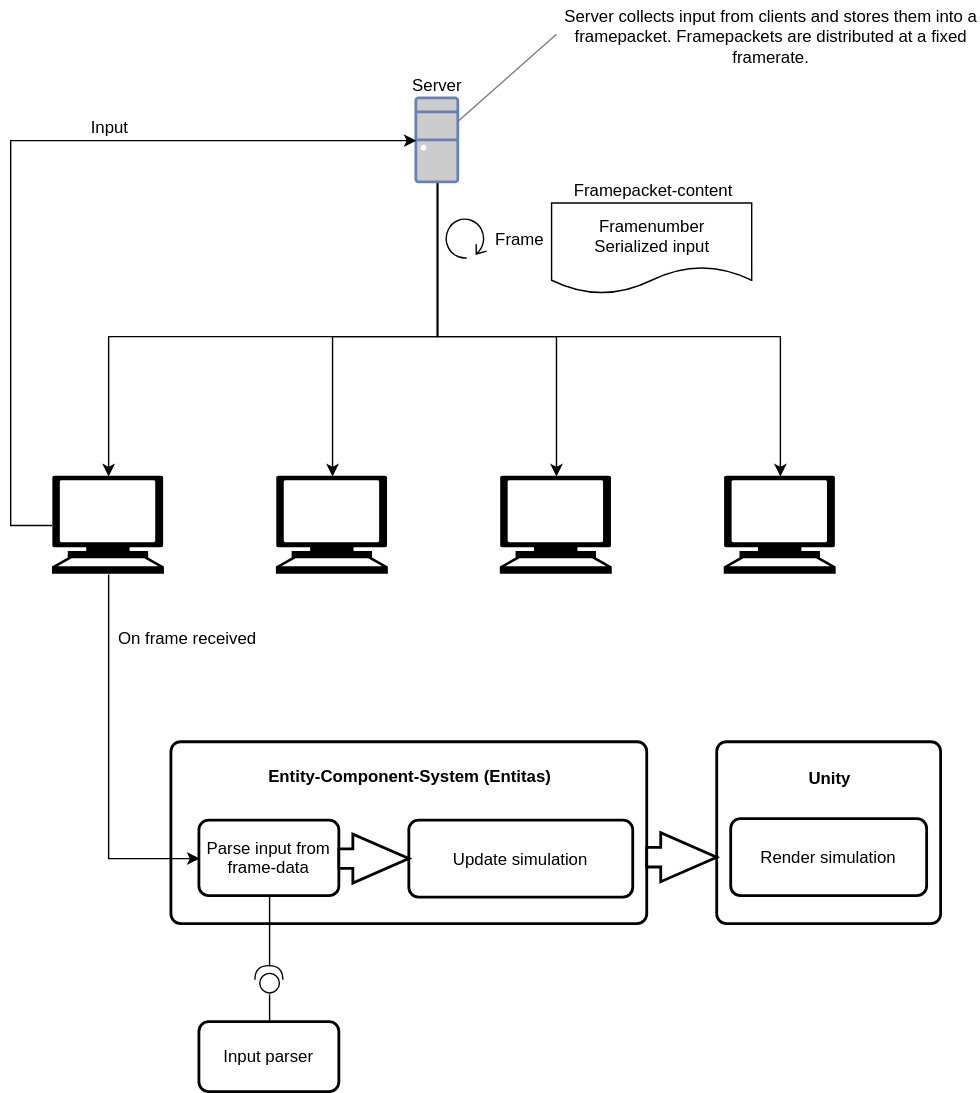
proepkes/UnityLockstep keeps this draw.io diagram as Docs/Overview.svg. Above is the earlier version. Source tidied: cells renumbered, new cells last; positions are measured from the earlier drawing's top-left corner, leaving out a move shared by most shapes. Source of this version:
```xml
<mxGraphModel>
  <root>
    <mxCell id="0" />
    <mxCell id="1" parent="0" />
    <mxCell id="2" style="edgeStyle=orthogonalEdgeStyle;rounded=0;html=1;entryX=0.5;entryY=0;entryDx=0;entryDy=0;entryPerimeter=0;jettySize=auto;" parent="1" edge="1" source="6" target="8">
      <mxGeometry relative="1" as="geometry">
        <Array as="points">
          <mxPoint x="304.5" y="239.5" />
          <mxPoint x="69.5" y="239.5" />
        </Array>
      </mxGeometry>
    </mxCell>
    <mxCell id="3" style="edgeStyle=orthogonalEdgeStyle;rounded=0;html=1;entryX=0.5;entryY=0;entryDx=0;entryDy=0;entryPerimeter=0;jettySize=auto;" parent="1" edge="1" source="6" target="9">
      <mxGeometry relative="1" as="geometry">
        <Array as="points">
          <mxPoint x="304.5" y="239.5" />
          <mxPoint x="229.5" y="239.5" />
        </Array>
      </mxGeometry>
    </mxCell>
    <mxCell id="4" style="edgeStyle=orthogonalEdgeStyle;rounded=0;html=1;entryX=0.5;entryY=0;entryDx=0;entryDy=0;entryPerimeter=0;jettySize=auto;" parent="1" edge="1" source="6" target="10">
      <mxGeometry relative="1" as="geometry">
        <Array as="points">
          <mxPoint x="304.5" y="239.5" />
          <mxPoint x="389.5" y="239.5" />
        </Array>
      </mxGeometry>
    </mxCell>
    <mxCell id="5" style="edgeStyle=orthogonalEdgeStyle;rounded=0;html=1;entryX=0.5;entryY=0;entryDx=0;entryDy=0;entryPerimeter=0;jettySize=auto;" parent="1" edge="1" source="6" target="11">
      <mxGeometry relative="1" as="geometry">
        <Array as="points">
          <mxPoint x="304.5" y="239.5" />
          <mxPoint x="549.5" y="239.5" />
        </Array>
      </mxGeometry>
    </mxCell>
    <mxCell id="6" style="fontColor=#0066CC;verticalAlign=top;verticalLabelPosition=bottom;labelPosition=center;align=center;html=1;outlineConnect=0;fillColor=#CCCCCC;strokeColor=#6881B3;gradientColor=none;gradientDirection=north;strokeWidth=2;shape=mxgraph.networks.desktop_pc;" parent="1" vertex="1">
      <mxGeometry x="289.5" y="69.5" width="30" height="60" as="geometry" />
    </mxCell>
    <mxCell id="7" style="rounded=0;jumpStyle=arc;html=1;entryX=0;entryY=0.5;entryDx=0;entryDy=0;entryPerimeter=0;jettySize=auto;edgeStyle=orthogonalEdgeStyle;" parent="1" edge="1" source="8" target="6">
      <mxGeometry relative="1" as="geometry">
        <Array as="points">
          <mxPoint x="-0.5" y="374.5" />
          <mxPoint x="-0.5" y="99.5" />
        </Array>
      </mxGeometry>
    </mxCell>
    <mxCell id="8" style="shape=mxgraph.signs.tech.computer;html=1;fillColor=#000000;strokeColor=none;verticalLabelPosition=bottom;verticalAlign=top;align=center;" parent="1" vertex="1">
      <mxGeometry x="29.5" y="339.5" width="80" height="70" as="geometry" />
    </mxCell>
    <mxCell id="9" style="shape=mxgraph.signs.tech.computer;html=1;fillColor=#000000;strokeColor=none;verticalLabelPosition=bottom;verticalAlign=top;align=center;" parent="1" vertex="1">
      <mxGeometry x="189.5" y="339.5" width="80" height="70" as="geometry" />
    </mxCell>
    <mxCell id="10" style="shape=mxgraph.signs.tech.computer;html=1;fillColor=#000000;strokeColor=none;verticalLabelPosition=bottom;verticalAlign=top;align=center;" parent="1" vertex="1">
      <mxGeometry x="349.5" y="339.5" width="80" height="70" as="geometry" />
    </mxCell>
    <mxCell id="11" style="shape=mxgraph.signs.tech.computer;html=1;fillColor=#000000;strokeColor=none;verticalLabelPosition=bottom;verticalAlign=top;align=center;" parent="1" vertex="1">
      <mxGeometry x="509.5" y="339.5" width="80" height="70" as="geometry" />
    </mxCell>
    <mxCell id="12" value="Frame" style="text;html=1;strokeColor=none;fillColor=none;align=center;verticalAlign=middle;whiteSpace=wrap;rounded=0;" parent="1" vertex="1">
      <mxGeometry x="340" y="159.5" width="46" height="20" as="geometry" />
    </mxCell>
    <mxCell id="13" style="shape=mxgraph.bpmn.loop;html=1;flipH=1;" parent="1" vertex="1">
      <mxGeometry x="310" y="154.5" width="30" height="30" as="geometry" />
    </mxCell>
    <mxCell id="14" value="Server" style="text;html=1;strokeColor=none;fillColor=none;align=center;verticalAlign=middle;whiteSpace=wrap;rounded=0;" parent="1" vertex="1">
      <mxGeometry x="281.5" y="49.5" width="46" height="20" as="geometry" />
    </mxCell>
    <mxCell id="15" value="On frame received" style="text;html=1;strokeColor=none;fillColor=none;align=center;verticalAlign=middle;whiteSpace=wrap;rounded=0;" parent="1" vertex="1">
      <mxGeometry x="69.5" y="444.5" width="113" height="20" as="geometry" />
    </mxCell>
    <mxCell id="16" style="rounded=1;whiteSpace=wrap;html=1;absoluteArcSize=1;arcSize=14;strokeWidth=2;" parent="1" vertex="1">
      <mxGeometry x="114.5" y="529.5" width="340" height="130" as="geometry" />
    </mxCell>
    <mxCell id="17" style="edgeStyle=orthogonalEdgeStyle;rounded=0;jumpStyle=arc;html=1;exitX=0.5;exitY=1;exitDx=0;exitDy=0;entryX=1;entryY=0.5;entryDx=0;entryDy=0;entryPerimeter=0;jettySize=auto;endArrow=none;endFill=0;" parent="1" edge="1" source="18" target="30">
      <mxGeometry relative="1" as="geometry" />
    </mxCell>
    <mxCell id="18" value="Parse input from frame-data" style="rounded=1;whiteSpace=wrap;html=1;absoluteArcSize=1;arcSize=14;strokeWidth=2;" parent="1" vertex="1">
      <mxGeometry x="134.5" y="585.5" width="100" height="54" as="geometry" />
    </mxCell>
    <mxCell id="19" value="Update simulation" style="rounded=1;whiteSpace=wrap;html=1;absoluteArcSize=1;arcSize=14;strokeWidth=2;" parent="1" vertex="1">
      <mxGeometry x="284.5" y="585.5" width="160" height="55" as="geometry" />
    </mxCell>
    <mxCell id="20" style="verticalLabelPosition=bottom;verticalAlign=top;html=1;strokeWidth=2;shape=mxgraph.arrows2.arrow;dy=0.6;dx=40;notch=0;" parent="1" vertex="1">
      <mxGeometry x="234.5" y="595.5" width="50" height="35" as="geometry" />
    </mxCell>
    <mxCell id="21" value="&lt;b&gt;Entity-Component-System (Entitas)&lt;/b&gt;" style="text;html=1;strokeColor=none;fillColor=none;align=center;verticalAlign=middle;whiteSpace=wrap;rounded=0;" parent="1" vertex="1">
      <mxGeometry x="114.5" y="541.5" width="341" height="25" as="geometry" />
    </mxCell>
    <mxCell id="22" style="rounded=1;whiteSpace=wrap;html=1;absoluteArcSize=1;arcSize=14;strokeWidth=2;" parent="1" vertex="1">
      <mxGeometry x="504.5" y="529.5" width="160" height="130" as="geometry" />
    </mxCell>
    <mxCell id="23" value="&lt;b&gt;Unity&lt;/b&gt;&lt;br&gt;" style="text;html=1;strokeColor=none;fillColor=none;align=center;verticalAlign=middle;whiteSpace=wrap;rounded=0;" parent="1" vertex="1">
      <mxGeometry x="504.5" y="544.5" width="160" height="20" as="geometry" />
    </mxCell>
    <mxCell id="24" style="verticalLabelPosition=bottom;verticalAlign=top;html=1;strokeWidth=2;shape=mxgraph.arrows2.arrow;dy=0.6;dx=40;notch=0;" parent="1" vertex="1">
      <mxGeometry x="454.5" y="594.5" width="50" height="35" as="geometry" />
    </mxCell>
    <mxCell id="25" value="Render simulation" style="rounded=1;whiteSpace=wrap;html=1;absoluteArcSize=1;arcSize=14;strokeWidth=2;" parent="1" vertex="1">
      <mxGeometry x="514.5" y="584.5" width="140" height="55" as="geometry" />
    </mxCell>
    <mxCell id="26" value="&lt;span style=&quot;text-align: left&quot;&gt;Framenumber&lt;/span&gt;&lt;br&gt;&lt;span style=&quot;text-align: left&quot;&gt;Serialized input&lt;/span&gt;&lt;br&gt;" style="shape=document;whiteSpace=wrap;html=1;boundedLbl=1;" parent="1" vertex="1">
      <mxGeometry x="386.5" y="144.5" width="143" height="65" as="geometry" />
    </mxCell>
    <mxCell id="27" value="Framepacket-content" style="text;html=1;strokeColor=none;fillColor=none;align=center;verticalAlign=middle;whiteSpace=wrap;rounded=0;" parent="1" vertex="1">
      <mxGeometry x="386.5" y="124.5" width="143" height="20" as="geometry" />
    </mxCell>
    <mxCell id="28" value="Input" style="text;html=1;strokeColor=none;fillColor=none;align=center;verticalAlign=middle;whiteSpace=wrap;rounded=0;" parent="1" vertex="1">
      <mxGeometry x="49.5" y="79.5" width="40" height="20" as="geometry" />
    </mxCell>
    <mxCell id="29" style="edgeStyle=orthogonalEdgeStyle;rounded=0;jumpStyle=arc;html=1;exitX=0.5;exitY=1;exitDx=0;exitDy=0;exitPerimeter=0;entryX=0;entryY=0.5;entryDx=0;entryDy=0;jettySize=auto;" parent="1" edge="1" source="8" target="18">
      <mxGeometry relative="1" as="geometry">
        <Array as="points">
          <mxPoint x="69.5" y="612.5" />
        </Array>
      </mxGeometry>
    </mxCell>
    <mxCell id="30" style="shape=providedRequiredInterface;html=1;verticalLabelPosition=bottom;rotation=-90;" parent="1" vertex="1">
      <mxGeometry x="174.5" y="689.5" width="20" height="20" as="geometry" />
    </mxCell>
    <mxCell id="31" style="edgeStyle=orthogonalEdgeStyle;rounded=0;jumpStyle=arc;html=1;entryX=0;entryY=0.5;entryDx=0;entryDy=0;entryPerimeter=0;endArrow=none;endFill=0;jettySize=auto;" parent="1" edge="1" source="32" target="30">
      <mxGeometry relative="1" as="geometry" />
    </mxCell>
    <mxCell id="32" value="Input parser" style="rounded=1;whiteSpace=wrap;html=1;absoluteArcSize=1;arcSize=14;strokeWidth=2;" parent="1" vertex="1">
      <mxGeometry x="134.5" y="729.5" width="100" height="50" as="geometry" />
    </mxCell>
    <mxCell id="33" style="endArrow=none;html=1;strokeColor=#7A7A7A;" parent="1" edge="1" source="6">
      <mxGeometry relative="1" as="geometry">
        <mxPoint x="390" y="24" as="targetPoint" />
      </mxGeometry>
    </mxCell>
    <mxCell id="34" value="Server collects input from clients and stores them into a framepacket. Framepackets are distributed at a fixed framerate." style="text;html=1;strokeColor=none;fillColor=none;align=center;verticalAlign=middle;whiteSpace=wrap;rounded=0;" parent="1" vertex="1">
      <mxGeometry x="395" y="0.5" width="297" height="49" as="geometry" />
    </mxCell>
  </root>
</mxGraphModel>
```
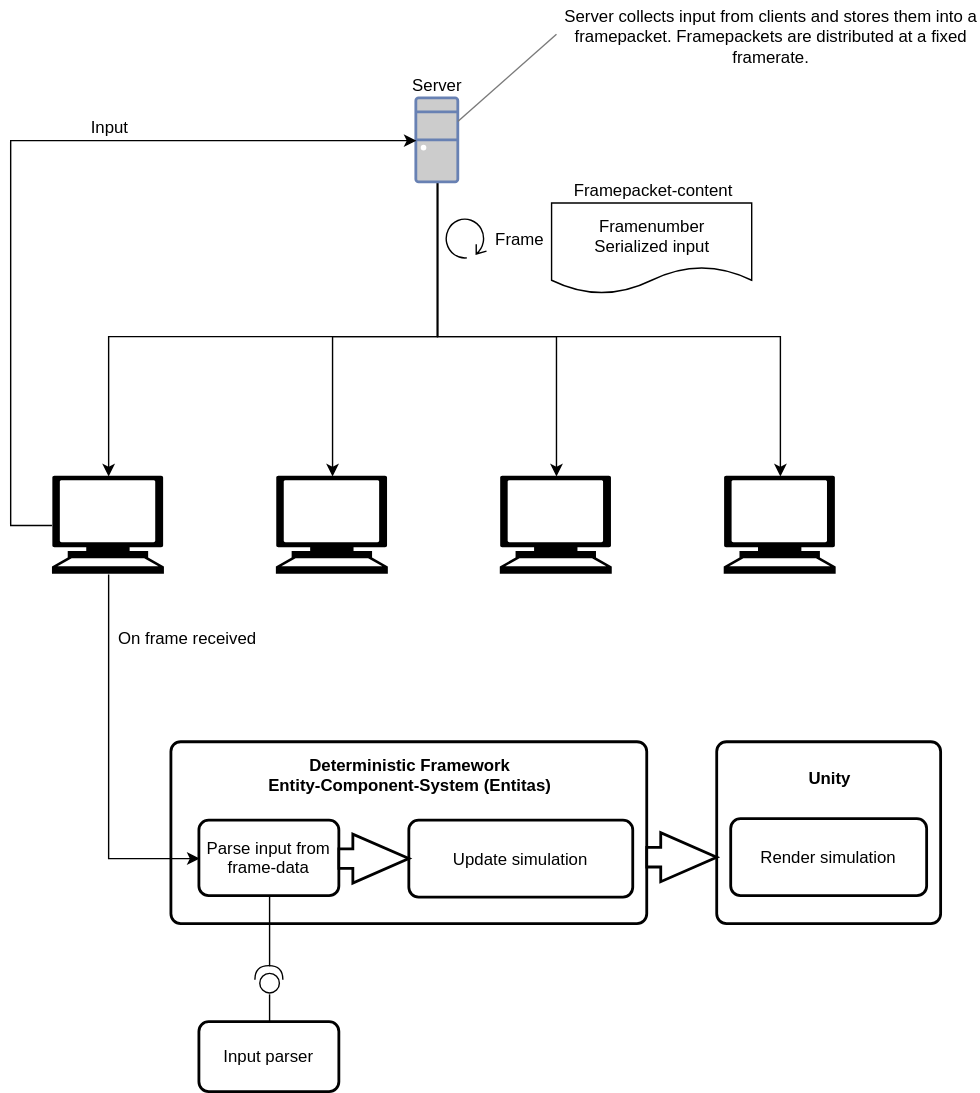
After the change.

What changed in the source:
```diff
@@ -84,8 +84,8 @@
     <mxCell id="20" style="verticalLabelPosition=bottom;verticalAlign=top;html=1;strokeWidth=2;shape=mxgraph.arrows2.arrow;dy=0.6;dx=40;notch=0;" parent="1" vertex="1">
       <mxGeometry x="234.5" y="595.5" width="50" height="35" as="geometry" />
     </mxCell>
-    <mxCell id="21" value="&lt;b&gt;Entity-Component-System (Entitas)&lt;/b&gt;" style="text;html=1;strokeColor=none;fillColor=none;align=center;verticalAlign=middle;whiteSpace=wrap;rounded=0;" parent="1" vertex="1">
-      <mxGeometry x="114.5" y="541.5" width="341" height="25" as="geometry" />
+    <mxCell id="21" value="&lt;b&gt;Deterministic Framework&lt;br&gt;Entity-Component-System (Entitas)&lt;/b&gt;" style="text;html=1;strokeColor=none;fillColor=none;align=center;verticalAlign=middle;whiteSpace=wrap;rounded=0;" parent="1" vertex="1">
+      <mxGeometry x="115" y="538" width="341" height="29" as="geometry" />
     </mxCell>
     <mxCell id="22" style="rounded=1;whiteSpace=wrap;html=1;absoluteArcSize=1;arcSize=14;strokeWidth=2;" parent="1" vertex="1">
       <mxGeometry x="504.5" y="529.5" width="160" height="130" as="geometry" />
```
